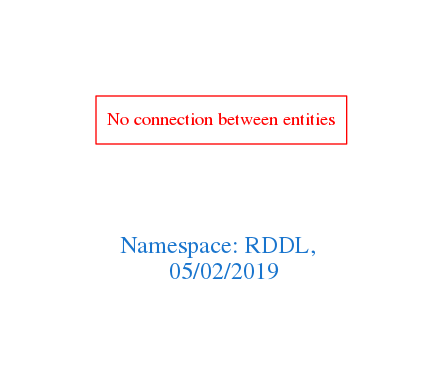
Earlier version of the Graphviz export downloads/RDDL.png (arago/OGIT). Its source is kept beside it as downloads/RDDL.dot.
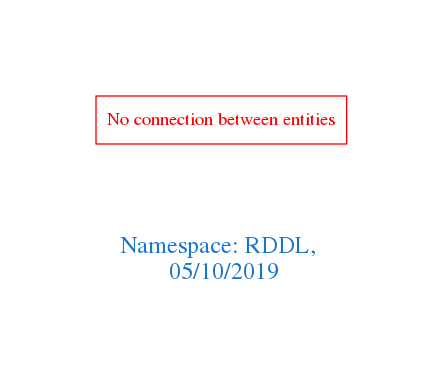
The same diagram one commit later.

Change to the diagram source:
```diff
@@ -1,7 +1,7 @@
 digraph OGIT_ontology {
  graph [ rankdir= LR,pad=1
 fontsize = 18,
-fontcolor= dodgerblue3,label = "\n\n\nNamespace: RDDL, \n 05/02/2019"];
+fontcolor= dodgerblue3,label = "\n\n\nNamespace: RDDL, \n 05/10/2019"];
 node[shape=polygon];
 edge [  color="gray81"];
 
```
